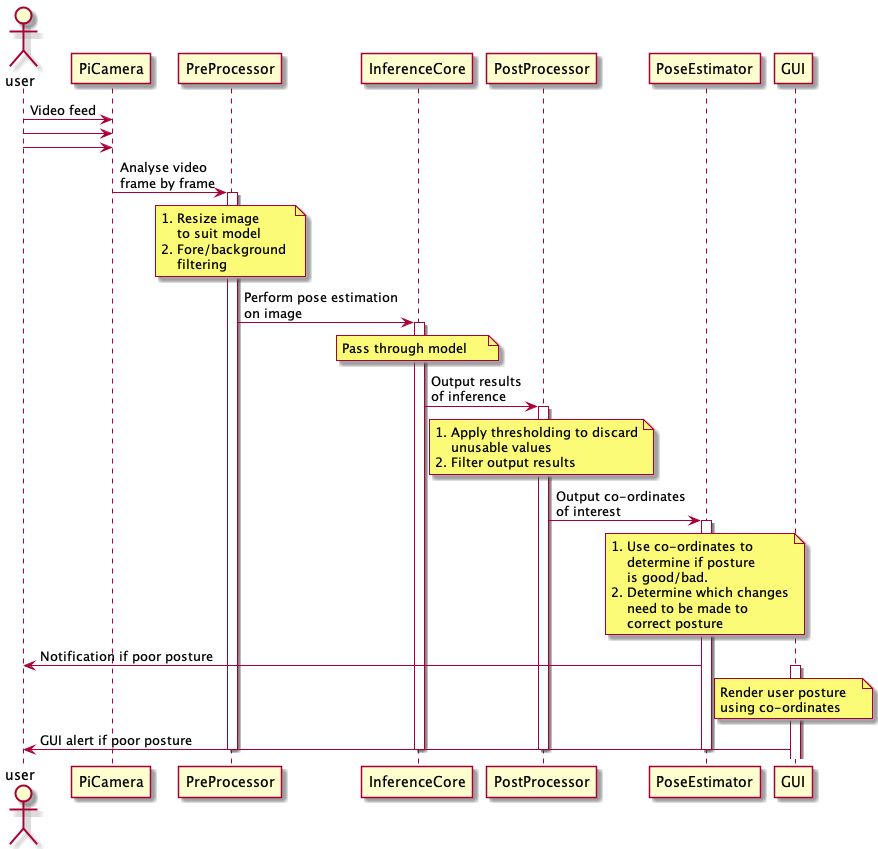
Above: docs/images/sequence-diagram.png in ESE-Peasy/PosturePerfection (PlantUML), before the change.
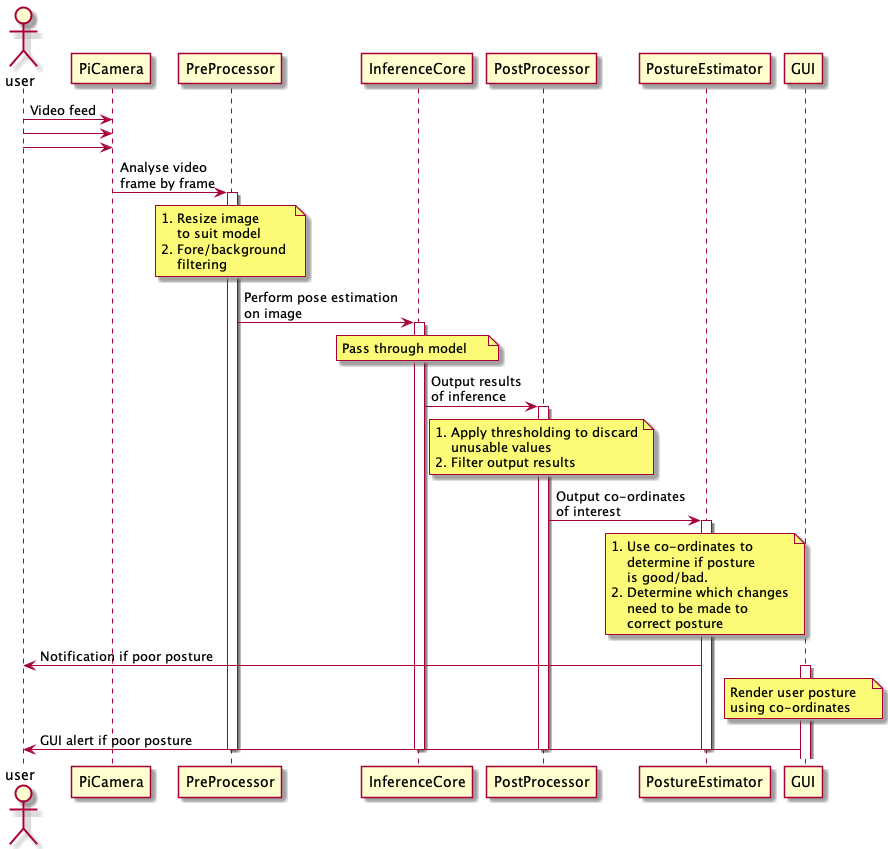
Later version of the same file.

Commit message:
Diagrams update and notifications doxygen fixes

Change to the diagram source:
```diff
@@ -4,7 +4,7 @@
 participant PreProcessor
 participant InferenceCore
 participant PostProcessor
-participant PoseEstimator
+participant PostureEstimator
 participant GUI
 
 user -> PiCamera: Video feed
@@ -35,11 +35,11 @@
     2. Filter output results
 end note
 
-PostProcessor -> PoseEstimator : Output co-ordinates \nof interest
+PostProcessor -> PostureEstimator : Output co-ordinates \nof interest
 
-activate PoseEstimator
+activate PostureEstimator
 
-note over PoseEstimator
+note over PostureEstimator
     1. Use co-ordinates to
         determine if posture
         is good/bad.
@@ -48,7 +48,7 @@
         correct posture
 end note
 
-user <- PoseEstimator : Notification if poor posture
+user <- PostureEstimator : Notification if poor posture
 
 activate GUI
 note over GUI
```
